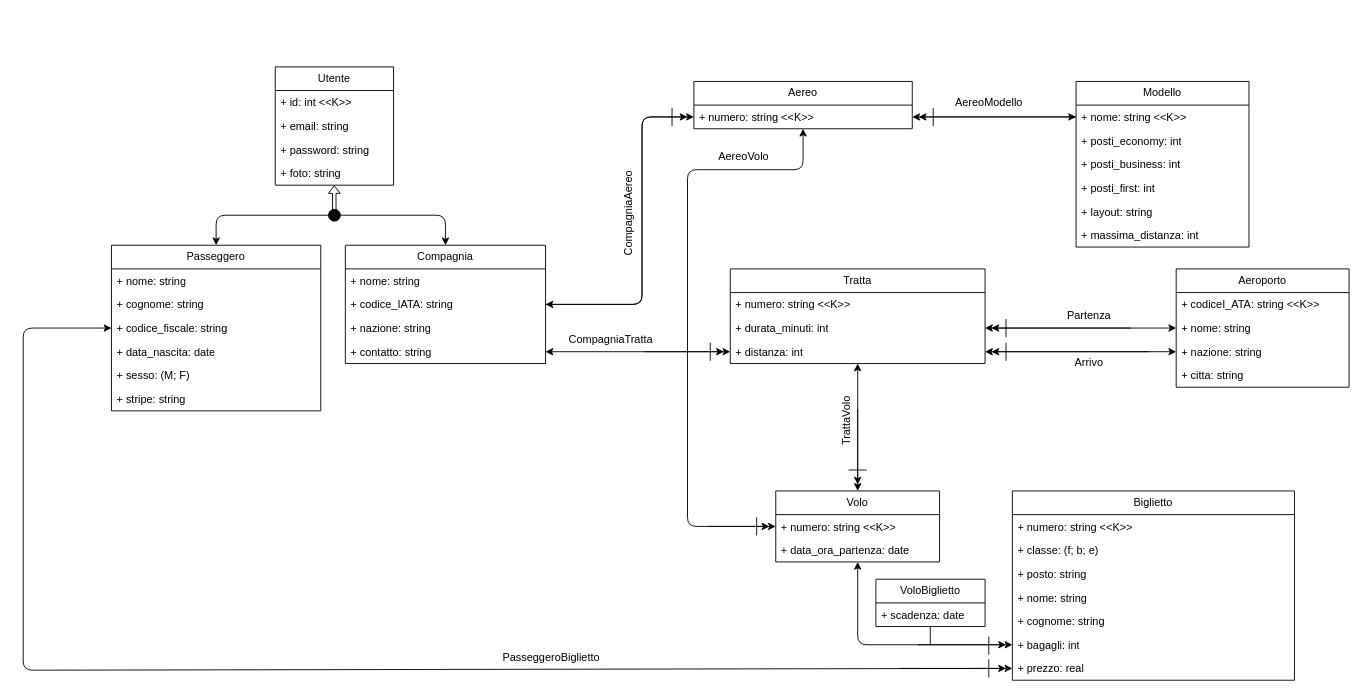
Earlier version of the draw.io diagram db/db (oo).drawio (sabscarpenter/SkyTravel-TS). Source tidied: cells renumbered, new cells numbered last; positions are measured from the earlier drawing's top-left corner, leaving out a move shared by most shapes. Both pictures are drawn from the tidied source at 91%, with x=0, y=0 at pixel (23, 66).
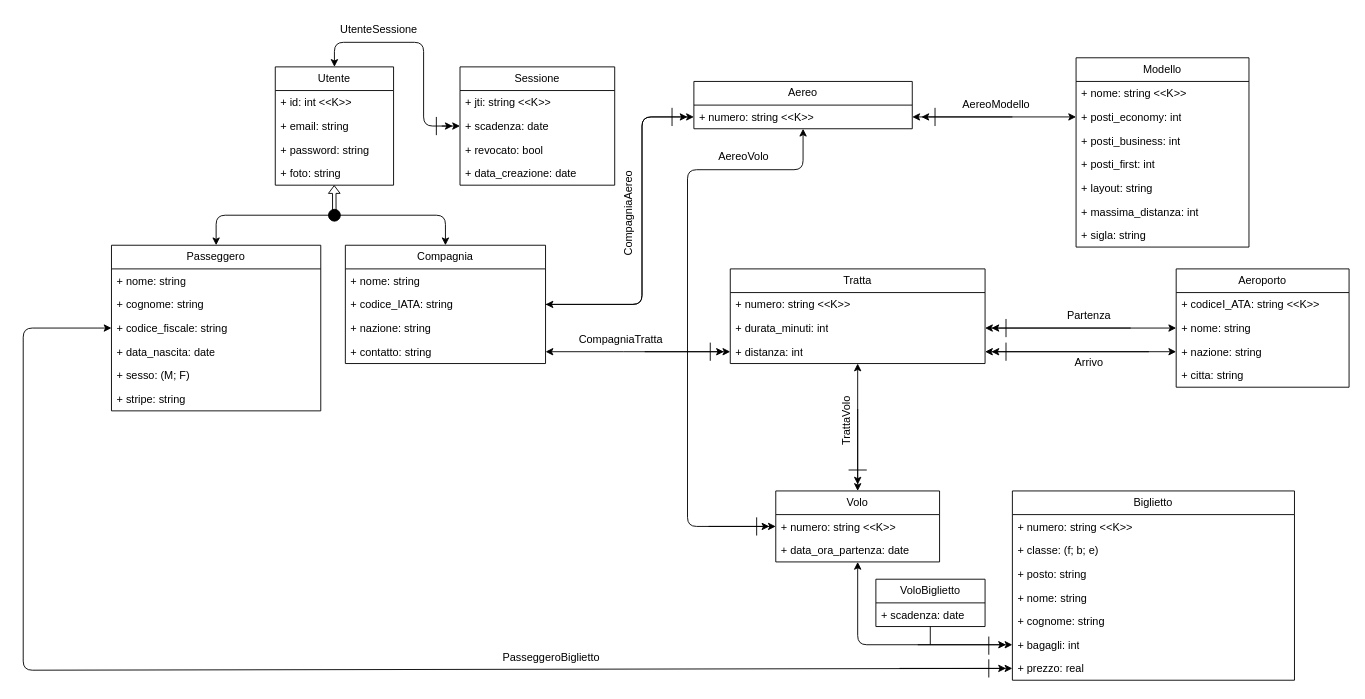
Above is the later version.

The change refers to these unchanged cells:
```xml
<mxCell id="2" value="Utente" style="swimlane;fontStyle=0;horizontal=1;startSize=26;fillColor=none;whiteSpace=wrap;html=1;" parent="1" vertex="1">
  <mxGeometry x="277" width="130" height="130" as="geometry" />
</mxCell>
<mxCell id="19" value="Aereo" style="swimlane;fontStyle=0;horizontal=1;startSize=26;fillColor=none;whiteSpace=wrap;html=1;" parent="1" vertex="1">
  <mxGeometry x="737" y="16" width="240" height="52" as="geometry" />
</mxCell>
<mxCell id="20" value="+ numero: string &amp;lt;&amp;lt;K&amp;gt;&amp;gt;" style="text;strokeColor=none;fillColor=none;align=left;verticalAlign=top;spacingLeft=4;spacingRight=4;overflow=hidden;points=[[0,0.5],[1,0.5]];portConstraint=eastwest;whiteSpace=wrap;html=1;" parent="19" vertex="1">
  <mxGeometry y="26" width="240" height="26" as="geometry" />
</mxCell>
<mxCell id="22" value="+ nome: string &amp;lt;&amp;lt;K&amp;gt;&amp;gt;" style="text;strokeColor=none;fillColor=none;align=left;verticalAlign=top;spacingLeft=4;spacingRight=4;overflow=hidden;points=[[0,0.5],[1,0.5]];portConstraint=eastwest;whiteSpace=wrap;html=1;" parent="21" vertex="1">
  <mxGeometry y="26" width="190" height="26" as="geometry" />
</mxCell>
<mxCell id="23" value="+ posti_economy: int" style="text;strokeColor=none;fillColor=none;align=left;verticalAlign=top;spacingLeft=4;spacingRight=4;overflow=hidden;points=[[0,0.5],[1,0.5]];portConstraint=eastwest;whiteSpace=wrap;html=1;" parent="21" vertex="1">
  <mxGeometry y="52" width="190" height="26" as="geometry" />
</mxCell>
```

Change to the diagram source:
```diff
@@
     <mxCell id="21" value="Modello" style="swimlane;fontStyle=0;horizontal=1;startSize=26;fillColor=none;whiteSpace=wrap;html=1;" parent="1" vertex="1">
-      <mxGeometry x="1157" y="16" width="190" height="182" as="geometry" />
+      <mxGeometry x="1157" y="-10" width="190" height="208" as="geometry" />
     </mxCell>
@@
+    <mxCell id="89" value="&lt;span style=&quot;color: rgb(0, 0, 0);&quot;&gt;+ sigla: string&lt;/span&gt;" style="text;strokeColor=none;fillColor=none;align=left;verticalAlign=top;spacingLeft=4;spacingRight=4;overflow=hidden;whiteSpace=wrap;html=1;" parent="21" vertex="1">
+      <mxGeometry y="182" width="190" height="26" as="geometry" />
+    </mxCell>
     <mxCell id="28" value="&lt;div style=&quot;text-align: left;&quot;&gt;&lt;span style=&quot;background-color: transparent; color: light-dark(rgb(0, 0, 0), rgb(255, 255, 255));&quot;&gt;AereoModello&lt;/span&gt;&lt;/div&gt;" style="text;html=1;align=center;verticalAlign=middle;whiteSpace=wrap;rounded=0;rotation=0;" parent="1" vertex="1">
-      <mxGeometry x="1020" y="25" width="82.5" height="30" as="geometry" />
+      <mxGeometry x="1028" y="27" width="82.5" height="30" as="geometry" />
     </mxCell>
@@
     <mxCell id="51" value="&lt;span style=&quot;color: rgb(0, 0, 0); text-align: left;&quot;&gt;CompagniaTratta&lt;/span&gt;" style="text;html=1;align=center;verticalAlign=middle;whiteSpace=wrap;rounded=0;rotation=0;" parent="1" vertex="1">
-      <mxGeometry x="591" y="285" width="110" height="30" as="geometry" />
+      <mxGeometry x="602" y="285" width="110" height="30" as="geometry" />
     </mxCell>
@@
-    <mxCell id="54" style="endArrow=classic;startArrow=classic;html=1;exitX=1;exitY=0.5;exitDx=0;exitDy=0;entryX=0;entryY=0.5;entryDx=0;entryDy=0;" parent="1" edge="1" source="20" target="22">
+    <mxCell id="54" style="endArrow=classic;startArrow=classic;html=1;exitX=1;exitY=0.75;exitDx=0;exitDy=0;entryX=0;entryY=0.5;entryDx=0;entryDy=0;" parent="1" edge="1" source="19" target="23">
       <mxGeometry relative="1" as="geometry" />
     </mxCell>
-    <mxCell id="55" style="endArrow=classic;html=1;exitX=0;exitY=0.5;exitDx=0;exitDy=0;entryX=1;entryY=0.5;entryDx=0;entryDy=0;" parent="1" edge="1" source="22">
+    <mxCell id="55" style="endArrow=classic;html=1;" parent="1" edge="1">
       <mxGeometry relative="1" as="geometry">
-        <mxPoint x="984" y="55" as="targetPoint" />
+        <mxPoint x="1087" y="55" as="sourcePoint" />
+        <mxPoint x="987" y="55" as="targetPoint" />
       </mxGeometry>
     </mxCell>
     <mxCell id="56" style="endArrow=none;html=1;" parent="1" edge="1">
       <mxGeometry relative="1" as="geometry">
-        <mxPoint x="1000" y="65" as="sourcePoint" />
-        <mxPoint x="1000" y="45" as="targetPoint" />
+        <mxPoint x="1002" y="65" as="sourcePoint" />
+        <mxPoint x="1002" y="45" as="targetPoint" />
       </mxGeometry>
     </mxCell>
@@
+    <mxCell id="90" value="Sessione" style="swimlane;fontStyle=0;horizontal=1;startSize=26;fillColor=none;whiteSpace=wrap;html=1;" parent="1" vertex="1">
+      <mxGeometry x="480" width="170" height="130" as="geometry" />
+    </mxCell>
+    <mxCell id="91" value="+ jti: string &amp;lt;&amp;lt;K&amp;gt;&amp;gt;" style="text;strokeColor=none;fillColor=none;align=left;verticalAlign=top;spacingLeft=4;spacingRight=4;overflow=hidden;whiteSpace=wrap;html=1;" parent="90" vertex="1">
+      <mxGeometry y="26" width="170" height="26" as="geometry" />
+    </mxCell>
+    <mxCell id="92" value="+ scadenza: date" style="text;strokeColor=none;fillColor=none;align=left;verticalAlign=top;spacingLeft=4;spacingRight=4;overflow=hidden;points=[[0,0.5],[1,0.5]];portConstraint=eastwest;whiteSpace=wrap;html=1;" parent="90" vertex="1">
+      <mxGeometry y="52" width="170" height="26" as="geometry" />
+    </mxCell>
+    <mxCell id="93" value="+ revocato: bool" style="text;strokeColor=none;fillColor=none;align=left;verticalAlign=top;spacingLeft=4;spacingRight=4;overflow=hidden;whiteSpace=wrap;html=1;" parent="90" vertex="1">
+      <mxGeometry y="78" width="170" height="26" as="geometry" />
+    </mxCell>
+    <mxCell id="94" value="+ data_creazione: date" style="text;strokeColor=none;fillColor=none;align=left;verticalAlign=top;spacingLeft=4;spacingRight=4;overflow=hidden;whiteSpace=wrap;html=1;" parent="90" vertex="1">
+      <mxGeometry y="104" width="170" height="26" as="geometry" />
+    </mxCell>
+    <mxCell id="95" style="endArrow=classic;startArrow=classic;html=1;exitX=0.5;exitY=0;exitDx=0;exitDy=0;entryX=0;entryY=0.5;entryDx=0;entryDy=0;" parent="1" edge="1" source="2" target="92">
+      <mxGeometry relative="1" as="geometry">
+        <Array as="points">
+          <mxPoint x="342" y="-27" />
+          <mxPoint x="440" y="-27" />
+          <mxPoint x="440" y="65" />
+        </Array>
+      </mxGeometry>
+    </mxCell>
+    <mxCell id="96" value="&lt;span style=&quot;color: rgb(0, 0, 0); text-align: left;&quot;&gt;UtenteSessione&lt;/span&gt;" style="text;html=1;align=center;verticalAlign=middle;whiteSpace=wrap;rounded=0;rotation=0;" parent="1" vertex="1">
+      <mxGeometry x="336" y="-56" width="110" height="30" as="geometry" />
+    </mxCell>
+    <mxCell id="97" style="endArrow=classic;html=1;entryX=0;entryY=0.5;entryDx=0;entryDy=0;" parent="1" edge="1">
+      <mxGeometry relative="1" as="geometry">
+        <mxPoint x="460" y="65" as="sourcePoint" />
+        <mxPoint x="472" y="65" as="targetPoint" />
+      </mxGeometry>
+    </mxCell>
+    <mxCell id="98" style="endArrow=none;html=1;" parent="1" edge="1">
+      <mxGeometry relative="1" as="geometry">
+        <mxPoint x="454" y="75" as="sourcePoint" />
+        <mxPoint x="454" y="55" as="targetPoint" />
+      </mxGeometry>
+    </mxCell>
```
